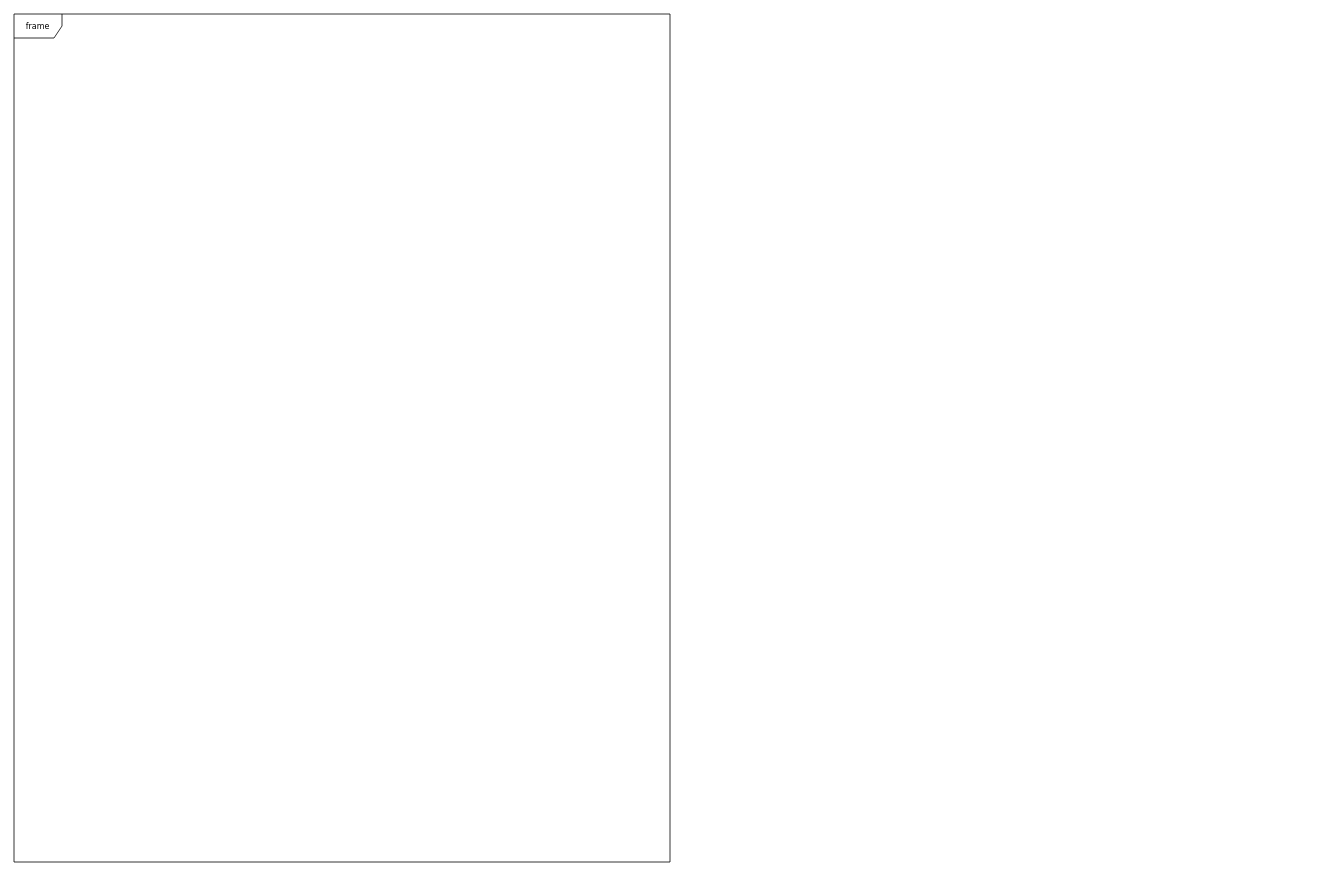
Before: src/Untitled Diagram.drawio in andreasvogt89/TopRente, a draw.io diagram. Source tidied: cells renumbered, new cells numbered last; positions are measured from the earlier drawing's top-left corner, leaving out a move shared by most shapes. Both pictures are drawn from the tidied source at 80%, with x=0, y=0 at pixel (14, 14).
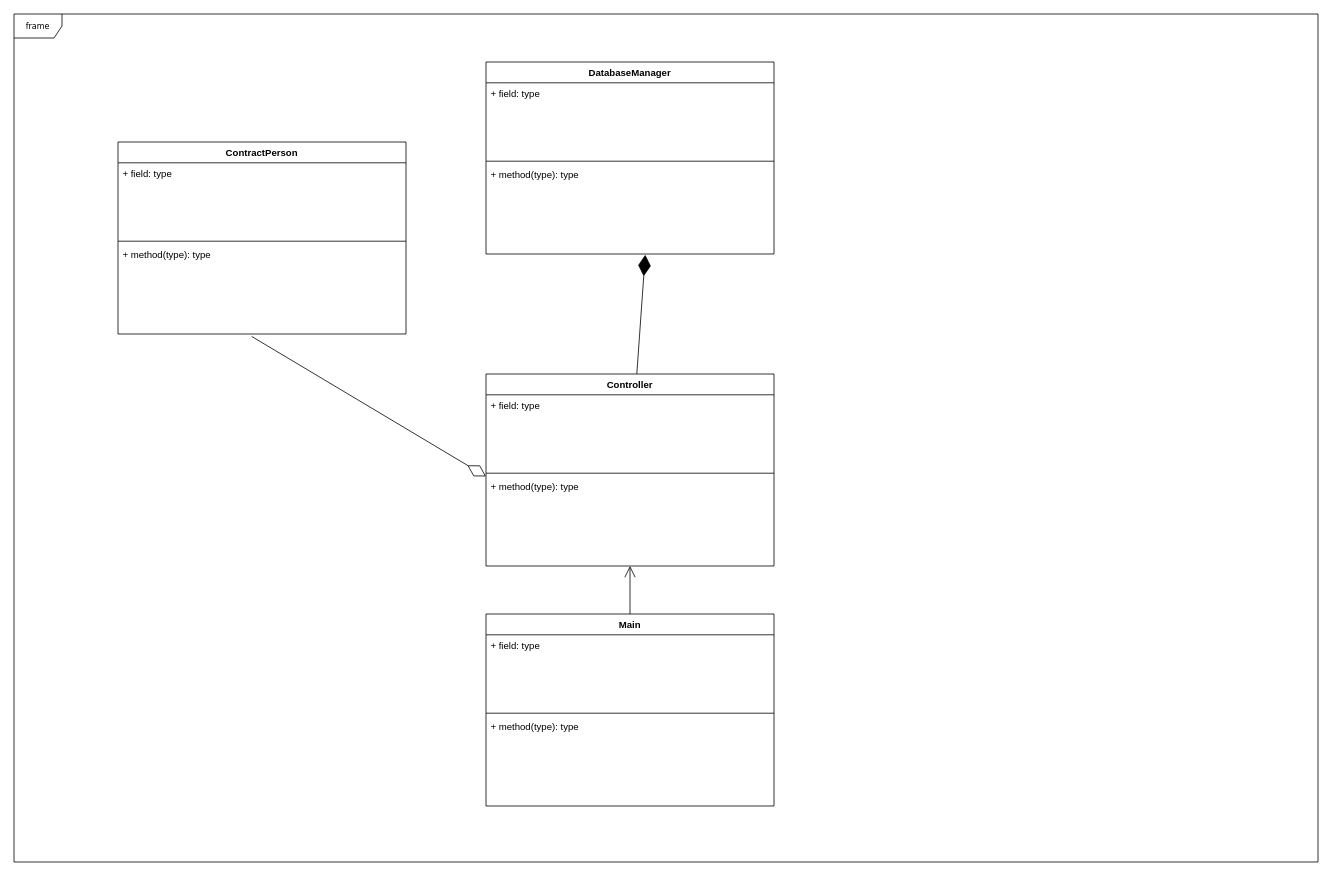
Above is the later version.

What changed in the source:
```diff
@@
     <mxCell id="2" value="frame" style="shape=umlFrame;whiteSpace=wrap;html=1;rounded=0;shadow=0;comic=0;labelBackgroundColor=none;strokeColor=#000000;strokeWidth=1;fillColor=#ffffff;fontFamily=Verdana;fontSize=10;fontColor=#000000;align=center;" parent="1" vertex="1">
-      <mxGeometry width="820" height="1060" as="geometry" />
+      <mxGeometry width="1630" height="1060" as="geometry" />
     </mxCell>
+    <mxCell id="3" value="ContractPerson" style="swimlane;fontStyle=1;align=center;verticalAlign=top;horizontal=1;startSize=26;" parent="1" vertex="1">
+      <mxGeometry x="130" y="160" width="360" height="240" as="geometry" />
+    </mxCell>
+    <mxCell id="4" value="+ field: type" style="text;strokeColor=none;fillColor=none;align=left;verticalAlign=top;spacingLeft=4;spacingRight=4;overflow=hidden;" parent="3" vertex="1">
+      <mxGeometry y="26" width="360" height="94" as="geometry" />
+    </mxCell>
+    <mxCell id="5" style="line;strokeWidth=1;fillColor=none;align=left;verticalAlign=middle;spacingTop=-1;spacingLeft=3;spacingRight=3;labelPosition=right;" parent="3" vertex="1">
+      <mxGeometry y="120" width="360" height="8" as="geometry" />
+    </mxCell>
+    <mxCell id="6" value="+ method(type): type" style="text;strokeColor=none;fillColor=none;align=left;verticalAlign=top;spacingLeft=4;spacingRight=4;overflow=hidden;points=[[0,0.5],[1,0.5]];portConstraint=eastwest;" parent="3" vertex="1">
+      <mxGeometry y="128" width="360" height="112" as="geometry" />
+    </mxCell>
+    <mxCell id="7" value="Main" style="swimlane;fontStyle=1;align=center;verticalAlign=top;horizontal=1;startSize=26;" parent="1" vertex="1">
+      <mxGeometry x="590" y="750" width="360" height="240" as="geometry" />
+    </mxCell>
+    <mxCell id="8" value="+ field: type" style="text;strokeColor=none;fillColor=none;align=left;verticalAlign=top;spacingLeft=4;spacingRight=4;overflow=hidden;" parent="7" vertex="1">
+      <mxGeometry y="26" width="360" height="94" as="geometry" />
+    </mxCell>
+    <mxCell id="9" style="line;strokeWidth=1;fillColor=none;align=left;verticalAlign=middle;spacingTop=-1;spacingLeft=3;spacingRight=3;labelPosition=right;" parent="7" vertex="1">
+      <mxGeometry y="120" width="360" height="8" as="geometry" />
+    </mxCell>
+    <mxCell id="10" value="+ method(type): type" style="text;strokeColor=none;fillColor=none;align=left;verticalAlign=top;spacingLeft=4;spacingRight=4;overflow=hidden;" parent="7" vertex="1">
+      <mxGeometry y="128" width="360" height="112" as="geometry" />
+    </mxCell>
+    <mxCell id="11" value="DatabaseManager" style="swimlane;fontStyle=1;align=center;verticalAlign=top;horizontal=1;startSize=26;" parent="1" vertex="1">
+      <mxGeometry x="590" y="60" width="360" height="240" as="geometry" />
+    </mxCell>
+    <mxCell id="12" value="+ field: type" style="text;strokeColor=none;fillColor=none;align=left;verticalAlign=top;spacingLeft=4;spacingRight=4;overflow=hidden;" parent="11" vertex="1">
+      <mxGeometry y="26" width="360" height="94" as="geometry" />
+    </mxCell>
+    <mxCell id="13" style="line;strokeWidth=1;fillColor=none;align=left;verticalAlign=middle;spacingTop=-1;spacingLeft=3;spacingRight=3;labelPosition=right;" parent="11" vertex="1">
+      <mxGeometry y="120" width="360" height="8" as="geometry" />
+    </mxCell>
+    <mxCell id="14" value="+ method(type): type" style="text;strokeColor=none;fillColor=none;align=left;verticalAlign=top;spacingLeft=4;spacingRight=4;overflow=hidden;points=[[0,0.5],[1,0.5]];portConstraint=eastwest;" parent="11" vertex="1">
+      <mxGeometry y="128" width="360" height="112" as="geometry" />
+    </mxCell>
+    <mxCell id="15" value="Controller" style="swimlane;fontStyle=1;align=center;verticalAlign=top;horizontal=1;startSize=26;" parent="1" vertex="1">
+      <mxGeometry x="590" y="450" width="360" height="240" as="geometry" />
+    </mxCell>
+    <mxCell id="16" value="+ field: type" style="text;strokeColor=none;fillColor=none;align=left;verticalAlign=top;spacingLeft=4;spacingRight=4;overflow=hidden;" parent="15" vertex="1">
+      <mxGeometry y="26" width="360" height="94" as="geometry" />
+    </mxCell>
+    <mxCell id="17" style="line;strokeWidth=1;fillColor=none;align=left;verticalAlign=middle;spacingTop=-1;spacingLeft=3;spacingRight=3;labelPosition=right;" parent="15" vertex="1">
+      <mxGeometry y="120" width="360" height="8" as="geometry" />
+    </mxCell>
+    <mxCell id="18" value="+ method(type): type" style="text;strokeColor=none;fillColor=none;align=left;verticalAlign=top;spacingLeft=4;spacingRight=4;overflow=hidden;points=[[0,0.5],[1,0.5]];portConstraint=eastwest;" parent="15" vertex="1">
+      <mxGeometry y="128" width="360" height="112" as="geometry" />
+    </mxCell>
+    <mxCell id="19" style="endArrow=diamondThin;endFill=1;endSize=24;html=1;entryX=0.553;entryY=1.009;entryDx=0;entryDy=0;entryPerimeter=0;" parent="1" edge="1" source="15" target="14">
+      <mxGeometry relative="1" as="geometry" />
+    </mxCell>
+    <mxCell id="20" style="endArrow=open;endFill=1;endSize=12;html=1;exitX=0.5;exitY=0;exitDx=0;exitDy=0;" parent="1" edge="1" source="7" target="18">
+      <mxGeometry relative="1" as="geometry" />
+    </mxCell>
+    <mxCell id="21" style="endArrow=diamondThin;endFill=0;endSize=24;html=1;exitX=0.464;exitY=1.027;exitDx=0;exitDy=0;exitPerimeter=0;" parent="1" edge="1" source="6">
+      <mxGeometry relative="1" as="geometry">
+        <mxPoint x="590" y="578" as="targetPoint" />
+      </mxGeometry>
+    </mxCell>
```
